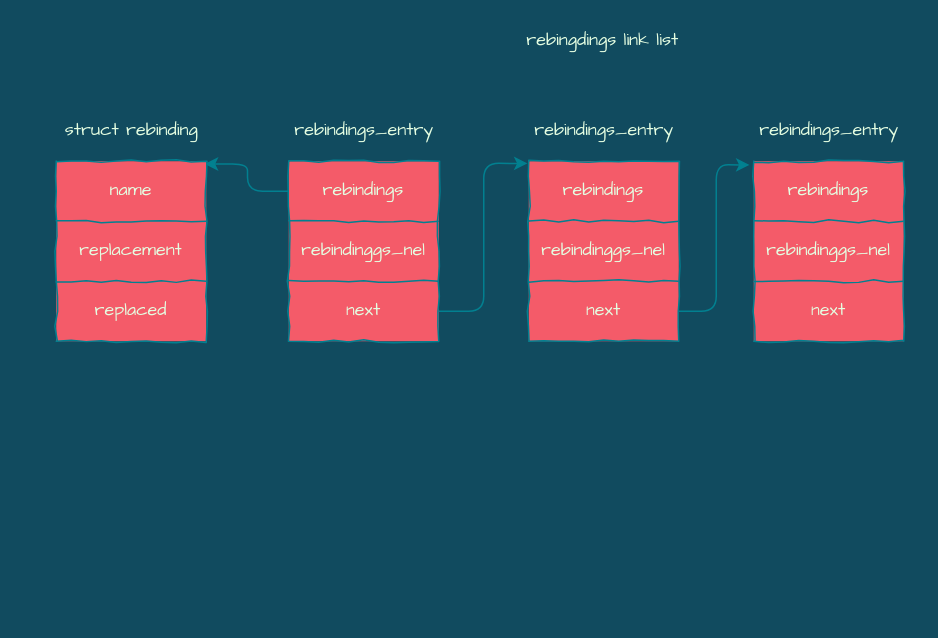
The draw.io diagram fishhook/rebind_entry.drawio in silan-liu/drawio, before the edit. Source tidied: cells renumbered, new cells numbered last; positions are measured from the earlier drawing's top-left corner, leaving out a move shared by most shapes. Both pictures are drawn from the tidied source at 150%, with x=0, y=0 at pixel (56, 26).
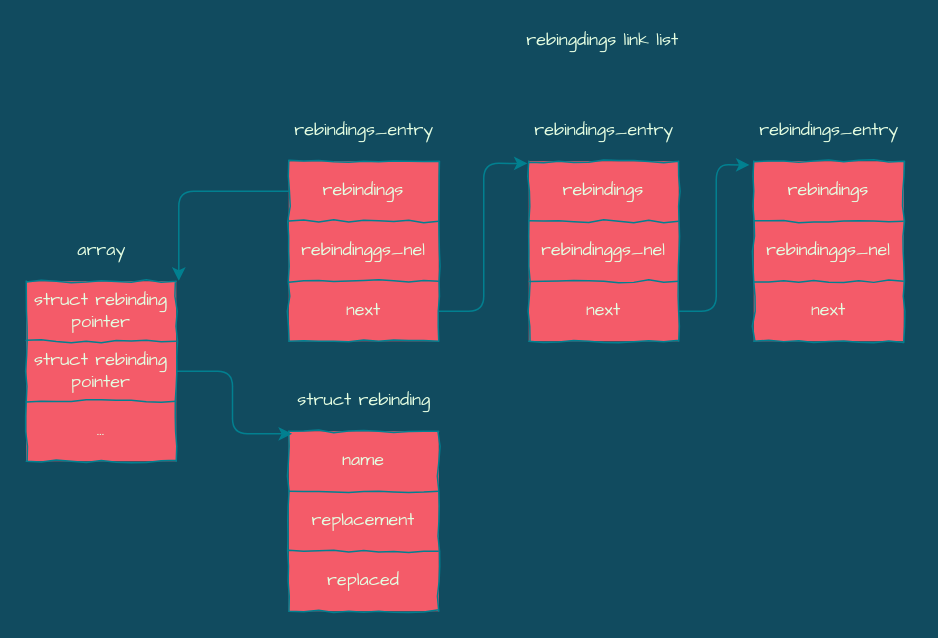
Above is the later version.

The change refers to these unchanged cells:
```xml
<mxCell id="3" style="shape=partialRectangle;html=1;whiteSpace=wrap;fillColor=none;top=0;left=0;bottom=0;right=0;points=[[0,0.5],[1,0.5]];portConstraint=eastwest;strokeColor=#028090;fontColor=#E4FDE1;" parent="2" vertex="1">
  <mxGeometry width="100" height="40" as="geometry" />
</mxCell>
<mxCell id="31" style="shape=partialRectangle;html=1;whiteSpace=wrap;fillColor=none;top=0;left=0;bottom=0;right=0;points=[[0,0.5],[1,0.5]];portConstraint=eastwest;strokeColor=#028090;fontColor=#E4FDE1;" parent="30" vertex="1">
  <mxGeometry width="100" height="40" as="geometry" />
</mxCell>
```

Change to the diagram source:
```diff
@@
-    <mxCell id="29" style="edgeStyle=orthogonalEdgeStyle;curved=0;rounded=1;sketch=0;jettySize=auto;html=1;exitX=0;exitY=0.5;exitDx=0;exitDy=0;strokeColor=#028090;fillColor=#F45B69;fontFamily=Architects Daughter;fontColor=#E4FDE1;entryX=0.99;entryY=0.046;entryDx=0;entryDy=0;entryPerimeter=0;" parent="1" edge="1" source="3" target="31">
-      <mxGeometry relative="1" as="geometry" />
-    </mxCell>
     <mxCell id="30" style="shape=table;html=1;whiteSpace=wrap;startSize=0;childLayout=tableLayout;fillColor=#F45B69;strokeColor=#028090;fontColor=#E4FDE1;comic=1;" parent="1" vertex="1">
-      <mxGeometry y="90" width="100" height="120" as="geometry" />
+      <mxGeometry x="155" y="270" width="100" height="120" as="geometry" />
     </mxCell>
@@
     <mxCell id="37" value="struct rebinding" style="text;html=1;align=center;verticalAlign=middle;fontFamily=Architects Daughter;fontColor=#E4FDE1;" parent="1" vertex="1">
-      <mxGeometry y="60" width="100" height="20" as="geometry" />
+      <mxGeometry x="155" y="240" width="100" height="20" as="geometry" />
     </mxCell>
+    <mxCell id="38" style="shape=table;html=1;whiteSpace=wrap;startSize=0;childLayout=tableLayout;fillColor=#F45B69;strokeColor=#028090;fontColor=#E4FDE1;comic=1;" parent="1" vertex="1">
+      <mxGeometry x="-20" y="170" width="100" height="120" as="geometry" />
+    </mxCell>
+    <mxCell id="39" style="shape=partialRectangle;html=1;whiteSpace=wrap;fillColor=none;top=0;left=0;bottom=0;right=0;points=[[0,0.5],[1,0.5]];portConstraint=eastwest;strokeColor=#028090;fontColor=#E4FDE1;" parent="38" vertex="1">
+      <mxGeometry width="100" height="40" as="geometry" />
+    </mxCell>
+    <mxCell id="40" value="struct rebinding pointer" style="shape=partialRectangle;html=1;whiteSpace=wrap;overflow=hidden;fillColor=none;top=0;left=0;bottom=0;right=0;strokeColor=#028090;fontColor=#E4FDE1;fontFamily=Architects Daughter;" parent="39" vertex="1">
+      <mxGeometry width="100" height="40" as="geometry" />
+    </mxCell>
+    <mxCell id="41" style="shape=partialRectangle;html=1;whiteSpace=wrap;fillColor=none;top=0;left=0;bottom=0;right=0;points=[[0,0.5],[1,0.5]];portConstraint=eastwest;strokeColor=#028090;fontColor=#E4FDE1;" parent="38" vertex="1">
+      <mxGeometry y="40" width="100" height="40" as="geometry" />
+    </mxCell>
+    <mxCell id="42" value="struct rebinding pointer" style="shape=partialRectangle;html=1;whiteSpace=wrap;overflow=hidden;fillColor=none;top=0;left=0;bottom=0;right=0;strokeColor=#028090;fontColor=#E4FDE1;fontFamily=Architects Daughter;" parent="41" vertex="1">
+      <mxGeometry width="100" height="40" as="geometry" />
+    </mxCell>
+    <mxCell id="43" style="shape=partialRectangle;html=1;whiteSpace=wrap;fillColor=none;top=0;left=0;bottom=0;right=0;strokeColor=#028090;fontColor=#E4FDE1;" parent="38" vertex="1">
+      <mxGeometry y="80" width="100" height="40" as="geometry" />
+    </mxCell>
+    <mxCell id="44" value="..." style="shape=partialRectangle;html=1;whiteSpace=wrap;overflow=hidden;fillColor=none;top=0;left=0;bottom=0;right=0;strokeColor=#028090;fontColor=#E4FDE1;fontFamily=Architects Daughter;" parent="43" vertex="1">
+      <mxGeometry width="100" height="40" as="geometry" />
+    </mxCell>
+    <mxCell id="45" value="array" style="text;html=1;align=center;verticalAlign=middle;fontFamily=Architects Daughter;fontColor=#E4FDE1;" parent="1" vertex="1">
+      <mxGeometry x="5" y="140" width="50" height="20" as="geometry" />
+    </mxCell>
+    <mxCell id="46" style="edgeStyle=orthogonalEdgeStyle;curved=0;rounded=1;sketch=0;jettySize=auto;html=1;exitX=0;exitY=0.5;exitDx=0;exitDy=0;entryX=1.017;entryY=-0.007;entryDx=0;entryDy=0;entryPerimeter=0;strokeColor=#028090;fillColor=#F45B69;fontFamily=Architects Daughter;fontColor=#E4FDE1;" parent="1" edge="1" source="3" target="39">
+      <mxGeometry relative="1" as="geometry" />
+    </mxCell>
+    <mxCell id="47" style="edgeStyle=orthogonalEdgeStyle;curved=0;rounded=1;sketch=0;jettySize=auto;html=1;exitX=1;exitY=0.5;exitDx=0;exitDy=0;entryX=0.022;entryY=0.043;entryDx=0;entryDy=0;entryPerimeter=0;strokeColor=#028090;fillColor=#F45B69;fontFamily=Architects Daughter;fontColor=#E4FDE1;" parent="1" edge="1" source="41" target="31">
+      <mxGeometry relative="1" as="geometry" />
+    </mxCell>
```
